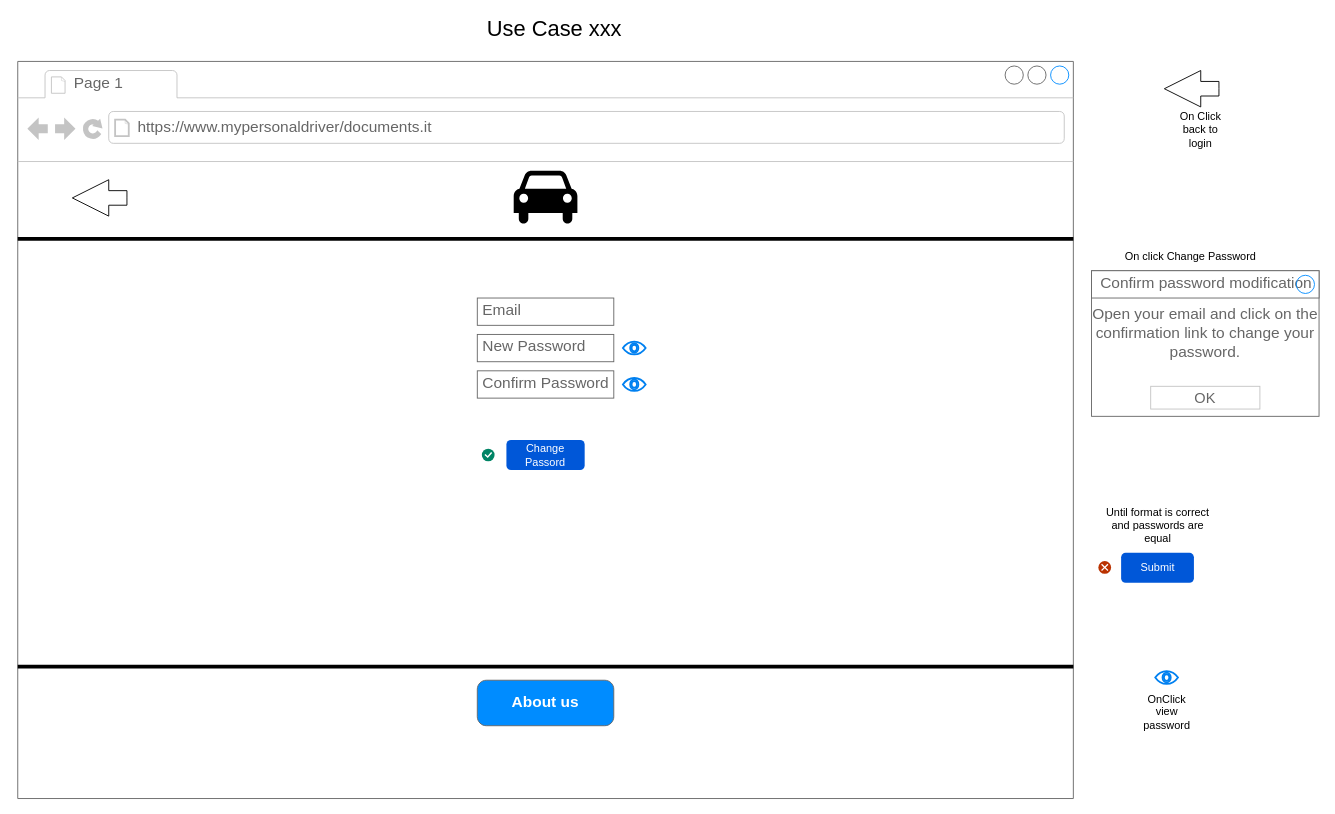
This is Documentazione/sitoWeb/templateResetPassword.drawio from alfacorso2024Settembre/MyPersonalDriver, a draw.io file, before an edit. Source tidied: cells renumbered, new cells numbered last; positions are measured from the earlier drawing's top-left corner, leaving out a move shared by most shapes. Both pictures are drawn from the tidied source at 91%, with x=0, y=0 at pixel (17, 15).
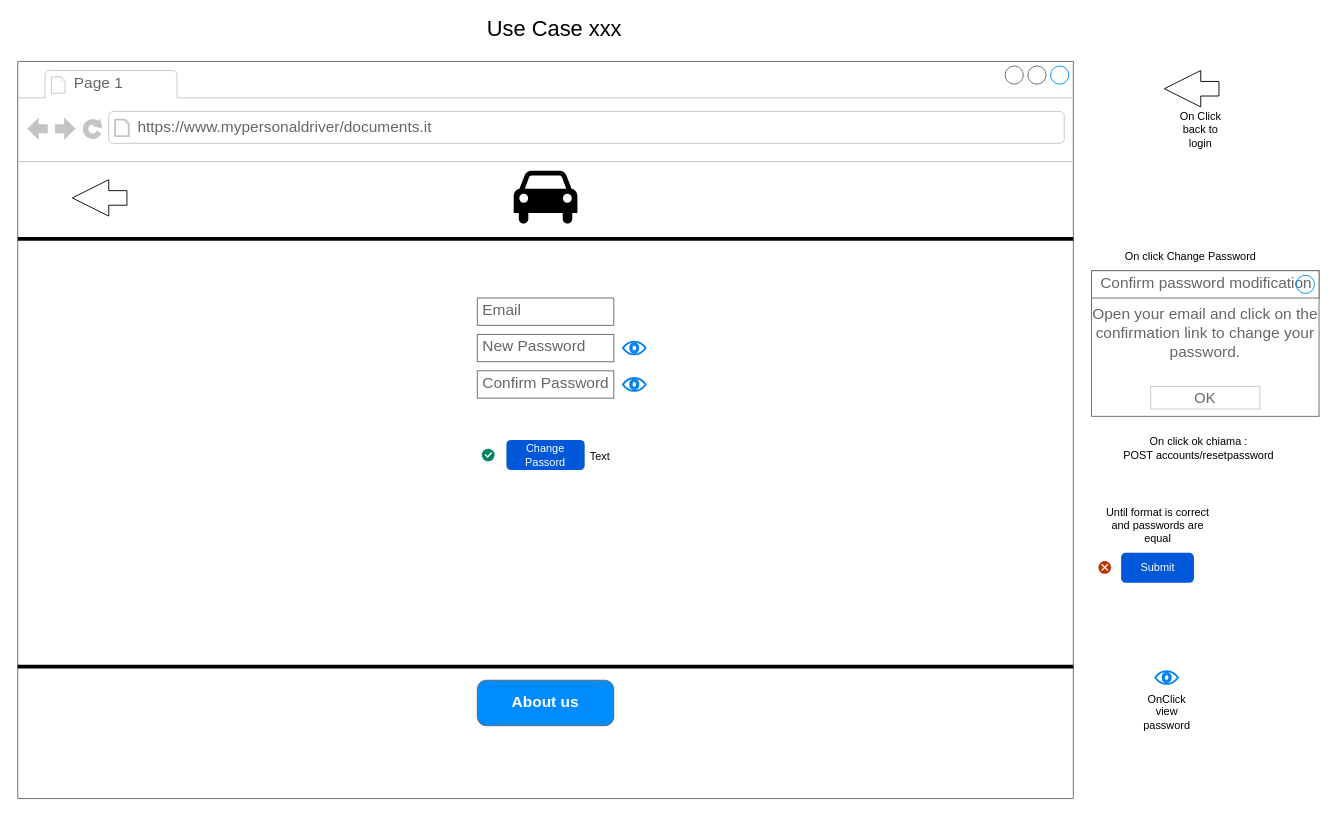
The same diagram, later.

What changed in the source:
```diff
@@
+    <mxCell id="30" value="Text" style="text;html=1;align=center;verticalAlign=middle;whiteSpace=wrap;rounded=0;" parent="1" vertex="1">
+      <mxGeometry x="610" y="470" width="60" height="30" as="geometry" />
+    </mxCell>
+    <mxCell id="31" value="On click ok chiama :&lt;br&gt;POST accounts/resetpassword" style="text;html=1;align=center;verticalAlign=middle;whiteSpace=wrap;rounded=0;" parent="1" vertex="1">
+      <mxGeometry x="1192.5" y="460" width="210" height="30" as="geometry" />
+    </mxCell>
```
